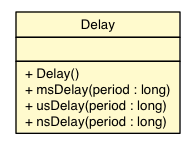
The Graphviz diagram docs/api/lejos/utility/Delay.png in ev3dev-lang-java/ev3dev-lang-java, before a commit. Its source is kept beside it as docs/api/lejos/utility/Delay.dot. Its diagram source:
```dot

digraph G {
	edge [fontname="Helvetica",fontsize=10,labelfontname="Helvetica",labelfontsize=10];
	node [fontname="Helvetica",fontsize=10,shape=plaintext];
	nodesep=0.25;
	ranksep=0.5;
	c2136 [label=<<table title="lejos.utility.Delay" border="0" cellborder="1" cellspacing="0" cellpadding="2" port="p" bgcolor="lemonChiffon" href="./Delay.html">
		<tr><td><table border="0" cellspacing="0" cellpadding="1">
<tr><td align="center" balign="center"> Delay </td></tr>
		</table></td></tr>
		<tr><td><table border="0" cellspacing="0" cellpadding="1">
<tr><td align="left" balign="left">  </td></tr>
		</table></td></tr>
		<tr><td><table border="0" cellspacing="0" cellpadding="1">
<tr><td align="left" balign="left"> + Delay() </td></tr>
<tr><td align="left" balign="left"> + msDelay(period : long) </td></tr>
<tr><td align="left" balign="left"> + usDelay(period : long) </td></tr>
<tr><td align="left" balign="left"> + nsDelay(period : long) </td></tr>
		</table></td></tr>
		</table>>, URL="./Delay.html", fontname="Helvetica", fontcolor="black", fontsize=10.0];
}
```
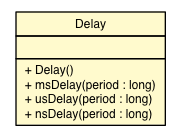
Above is the later version.

Diff of the diagram source:
```diff
@@ -4,7 +4,7 @@
 	node [fontname="Helvetica",fontsize=10,shape=plaintext];
 	nodesep=0.25;
 	ranksep=0.5;
-	c2136 [label=<<table title="lejos.utility.Delay" border="0" cellborder="1" cellspacing="0" cellpadding="2" port="p" bgcolor="lemonChiffon" href="./Delay.html">
+	c2144 [label=<<table title="lejos.utility.Delay" border="0" cellborder="1" cellspacing="0" cellpadding="2" port="p" bgcolor="lemonChiffon" href="./Delay.html">
 		<tr><td><table border="0" cellspacing="0" cellpadding="1">
 <tr><td align="center" balign="center"> Delay </td></tr>
 		</table></td></tr>
@@ -17,5 +17,5 @@
 <tr><td align="left" balign="left"> + usDelay(period : long) </td></tr>
 <tr><td align="left" balign="left"> + nsDelay(period : long) </td></tr>
 		</table></td></tr>
-		</table>>, URL="./Delay.html", fontname="Helvetica", fontcolor="black", fontsize=10.0];
+		</table>>, URL="./Delay.html", fontname="Helvetica", fontcolor="black", fontsize=9.0];
 }
```
